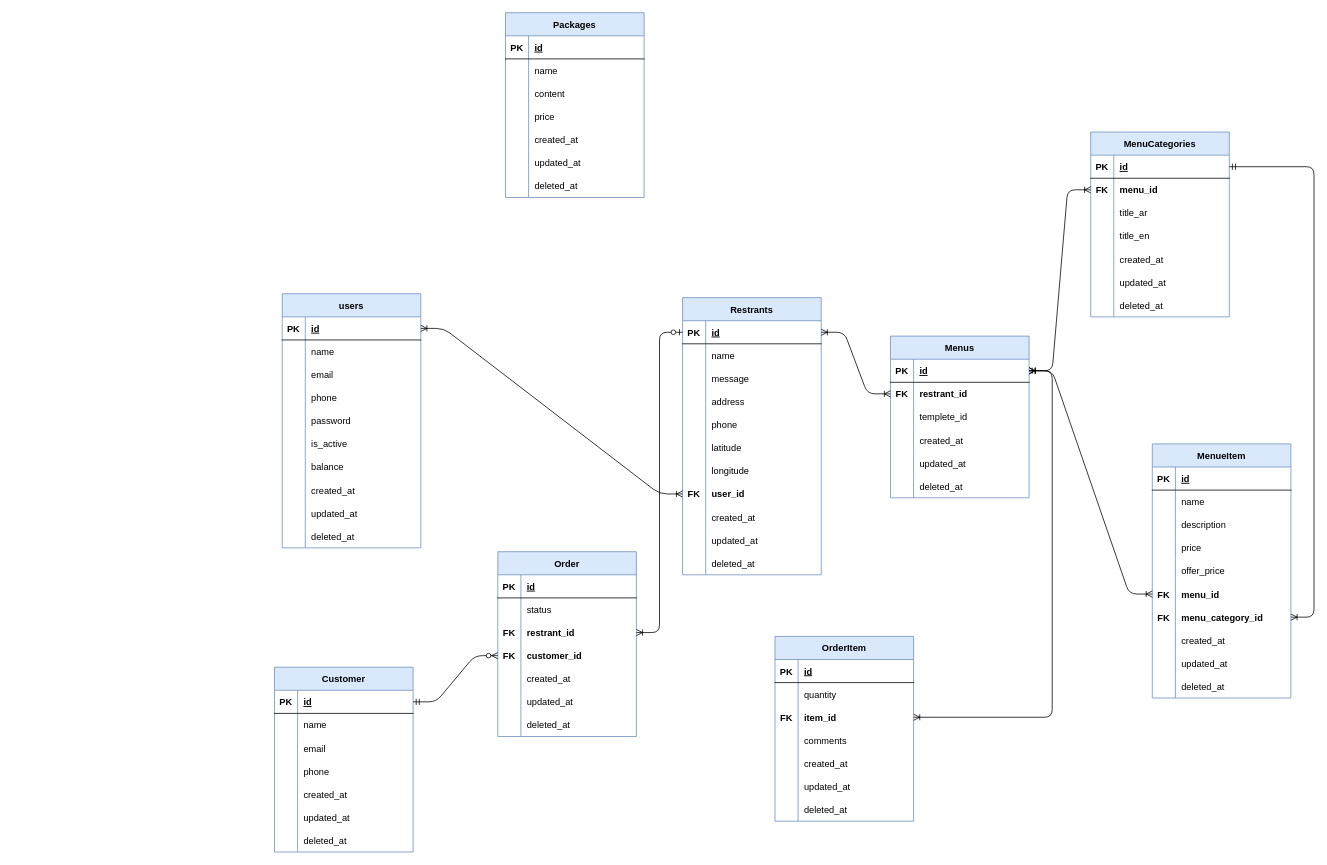
zchacker/resMenu keeps this draw.io diagram as database.drawio. Above is the earlier version. Source tidied: cells renumbered, new cells numbered last; positions are measured from the earlier drawing's top-left corner, leaving out a move shared by most shapes. Both pictures are drawn from the tidied source at 77%, with x=0, y=0 at pixel (274, 12).
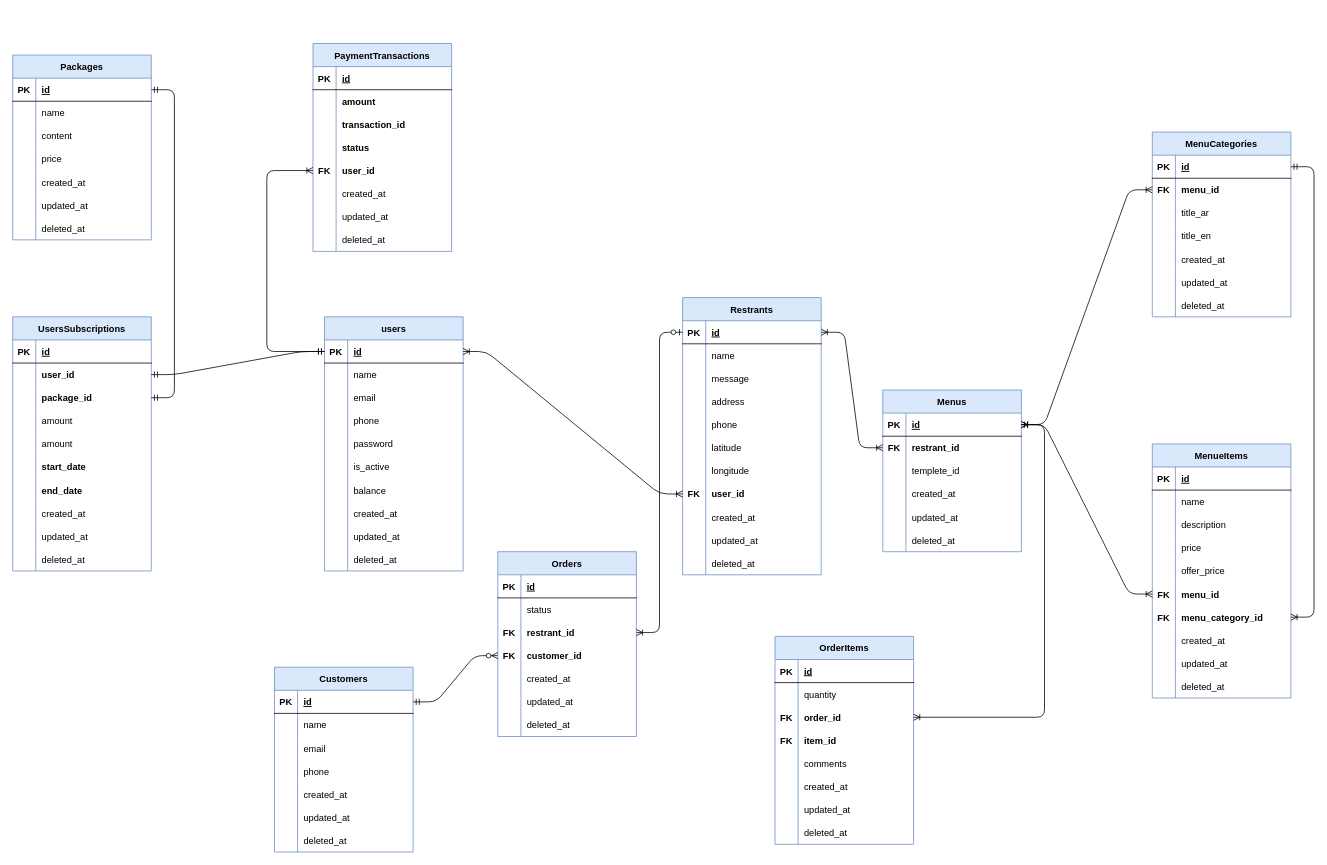
After the change.

Commit message (it also covers changes not shown here):
setup database

Unchanged cells that the change refers to:
```xml
<mxCell id="3" style="shape=partialRectangle;fillColor=none;top=0;left=0;bottom=1;right=0;points=[[0,0.5],[1,0.5]];portConstraint=eastwest;" parent="2" vertex="1">
  <mxGeometry y="30" width="180" height="30" as="geometry" />
</mxCell>
<mxCell id="34" style="shape=partialRectangle;fillColor=none;top=0;left=0;bottom=1;right=0;points=[[0,0.5],[1,0.5]];portConstraint=eastwest;" parent="33" vertex="1">
  <mxGeometry y="30" width="180" height="30" as="geometry" />
</mxCell>
<mxCell id="190" style="shape=partialRectangle;fillColor=none;top=0;left=0;bottom=0;right=0;points=[[0,0.5],[1,0.5]];portConstraint=eastwest;" parent="183" vertex="1">
  <mxGeometry y="90" width="180" height="30" as="geometry" />
</mxCell>
```

What changed in the source:
```diff
@@
-<mxGraphModel>
+<mxGraphModel background="#FFFFFF">
@@
     <mxCell id="2" value="users" style="shape=table;startSize=30;childLayout=tableLayout;rowLines=0;fontStyle=1;align=center;fillColor=#dae8fc;strokeColor=#6c8ebf;" parent="1" vertex="1">
-      <mxGeometry x="10" y="365" width="180" height="330" as="geometry" />
+      <mxGeometry x="65" y="395" width="180" height="330" as="geometry" />
     </mxCell>
@@
     <mxCell id="33" value="Packages" style="shape=table;startSize=30;childLayout=tableLayout;rowLines=0;fontStyle=1;align=center;fillColor=#dae8fc;strokeColor=#6c8ebf;" parent="1" vertex="1">
-      <mxGeometry x="300" width="180" height="240" as="geometry" />
+      <mxGeometry x="-340" y="55" width="180" height="240" as="geometry" />
     </mxCell>
@@
     <mxCell id="89" value="Menus" style="shape=table;startSize=30;childLayout=tableLayout;rowLines=0;fontStyle=1;align=center;fillColor=#dae8fc;strokeColor=#6c8ebf;" parent="1" vertex="1">
-      <mxGeometry x="800" y="420" width="180" height="210" as="geometry" />
+      <mxGeometry x="790" y="490" width="180" height="210" as="geometry" />
     </mxCell>
@@
     <mxCell id="108" value="MenuCategories" style="shape=table;startSize=30;childLayout=tableLayout;rowLines=0;fontStyle=1;align=center;fillColor=#dae8fc;strokeColor=#6c8ebf;" parent="1" vertex="1">
-      <mxGeometry x="1060" y="155" width="180" height="240" as="geometry" />
+      <mxGeometry x="1140" y="155" width="180" height="240" as="geometry" />
     </mxCell>
@@
-    <mxCell id="130" value="MenueItem" style="shape=table;startSize=30;childLayout=tableLayout;rowLines=0;fontStyle=1;align=center;fillColor=#dae8fc;strokeColor=#6c8ebf;" parent="1" vertex="1">
+    <mxCell id="130" value="MenueItems" style="shape=table;startSize=30;childLayout=tableLayout;rowLines=0;fontStyle=1;align=center;fillColor=#dae8fc;strokeColor=#6c8ebf;" parent="1" vertex="1">
       <mxGeometry x="1140" y="560" width="180" height="330" as="geometry" />
     </mxCell>
@@
-    <mxCell id="161" value="Order" style="shape=table;startSize=30;childLayout=tableLayout;rowLines=0;fontStyle=1;align=center;fillColor=#dae8fc;strokeColor=#6c8ebf;" parent="1" vertex="1">
+    <mxCell id="161" value="Orders" style="shape=table;startSize=30;childLayout=tableLayout;rowLines=0;fontStyle=1;align=center;fillColor=#dae8fc;strokeColor=#6c8ebf;" parent="1" vertex="1">
       <mxGeometry x="290" y="700" width="180" height="240" as="geometry" />
     </mxCell>
@@
-    <mxCell id="183" value="OrderItem" style="shape=table;startSize=30;childLayout=tableLayout;rowLines=0;fontStyle=1;align=center;fillColor=#dae8fc;strokeColor=#6c8ebf;" parent="1" vertex="1">
-      <mxGeometry x="650" y="810" width="180" height="240" as="geometry" />
+    <mxCell id="183" value="OrderItems" style="shape=table;startSize=30;childLayout=tableLayout;rowLines=0;fontStyle=1;align=center;fillColor=#dae8fc;strokeColor=#6c8ebf;" parent="1" vertex="1">
+      <mxGeometry x="650" y="810" width="180" height="270" as="geometry" />
     </mxCell>
@@
-    <mxCell id="192" value="item_id" style="shape=partialRectangle;fillColor=none;top=0;left=0;bottom=0;right=0;align=left;spacingLeft=6;overflow=hidden;fontStyle=1;" parent="190" vertex="1">
+    <mxCell id="192" value="order_id" style="shape=partialRectangle;fillColor=none;top=0;left=0;bottom=0;right=0;align=left;spacingLeft=6;overflow=hidden;fontStyle=1;" parent="190" vertex="1">
       <mxGeometry x="30" width="150" height="30" as="geometry" />
     </mxCell>
+    <mxCell id="235" style="shape=partialRectangle;fillColor=none;top=0;left=0;bottom=0;right=0;" parent="183" vertex="1">
+      <mxGeometry y="120" width="180" height="30" as="geometry" />
+    </mxCell>
+    <mxCell id="236" value="FK" style="shape=partialRectangle;fillColor=none;top=0;left=0;bottom=0;right=0;overflow=hidden;fontStyle=1;" parent="235" vertex="1">
+      <mxGeometry width="30" height="30" as="geometry" />
+    </mxCell>
+    <mxCell id="237" value="item_id" style="shape=partialRectangle;fillColor=none;top=0;left=0;bottom=0;right=0;align=left;spacingLeft=6;overflow=hidden;fontStyle=1;" parent="235" vertex="1">
+      <mxGeometry x="30" width="150" height="30" as="geometry" />
+    </mxCell>
     <mxCell id="193" style="shape=partialRectangle;fillColor=none;top=0;left=0;bottom=0;right=0;" parent="183" vertex="1">
-      <mxGeometry y="120" width="180" height="30" as="geometry" />
+      <mxGeometry y="150" width="180" height="30" as="geometry" />
     </mxCell>
@@
     <mxCell id="196" style="shape=partialRectangle;fillColor=none;top=0;left=0;bottom=0;right=0;" parent="183" vertex="1">
-      <mxGeometry y="150" width="180" height="30" as="geometry" />
+      <mxGeometry y="180" width="180" height="30" as="geometry" />
     </mxCell>
@@
     <mxCell id="199" style="shape=partialRectangle;fillColor=none;top=0;left=0;bottom=0;right=0;" parent="183" vertex="1">
-      <mxGeometry y="180" width="180" height="30" as="geometry" />
+      <mxGeometry y="210" width="180" height="30" as="geometry" />
     </mxCell>
@@
     <mxCell id="202" style="shape=partialRectangle;fillColor=none;top=0;left=0;bottom=0;right=0;" parent="183" vertex="1">
-      <mxGeometry y="210" width="180" height="30" as="geometry" />
+      <mxGeometry y="240" width="180" height="30" as="geometry" />
     </mxCell>
@@
-    <mxCell id="205" value="Customer" style="shape=table;startSize=30;childLayout=tableLayout;rowLines=0;fontStyle=1;align=center;fillColor=#dae8fc;strokeColor=#6c8ebf;" parent="1" vertex="1">
+    <mxCell id="205" value="Customers" style="shape=table;startSize=30;childLayout=tableLayout;rowLines=0;fontStyle=1;align=center;fillColor=#dae8fc;strokeColor=#6c8ebf;" parent="1" vertex="1">
       <mxGeometry y="850" width="180" height="240" as="geometry" />
     </mxCell>
@@
+    <mxCell id="238" value="PaymentTransactions" style="shape=table;startSize=30;childLayout=tableLayout;rowLines=0;fontStyle=1;align=center;fillColor=#dae8fc;strokeColor=#6c8ebf;" parent="1" vertex="1">
+      <mxGeometry x="50" y="40" width="180" height="270" as="geometry" />
+    </mxCell>
+    <mxCell id="239" style="shape=partialRectangle;fillColor=none;top=0;left=0;bottom=1;right=0;" parent="238" vertex="1">
+      <mxGeometry y="30" width="180" height="30" as="geometry" />
+    </mxCell>
+    <mxCell id="240" value="PK" style="shape=partialRectangle;fillColor=none;top=0;left=0;bottom=0;right=0;fontStyle=1;overflow=hidden;" parent="239" vertex="1">
+      <mxGeometry width="30" height="30" as="geometry" />
+    </mxCell>
+    <mxCell id="241" value="id" style="shape=partialRectangle;fillColor=none;top=0;left=0;bottom=0;right=0;align=left;spacingLeft=6;fontStyle=5;overflow=hidden;" parent="239" vertex="1">
+      <mxGeometry x="30" width="150" height="30" as="geometry" />
+    </mxCell>
+    <mxCell id="242" style="shape=partialRectangle;fillColor=none;top=0;left=0;bottom=0;right=0;" parent="238" vertex="1">
+      <mxGeometry y="60" width="180" height="30" as="geometry" />
+    </mxCell>
+    <mxCell id="243" style="shape=partialRectangle;fillColor=none;top=0;left=0;bottom=0;right=0;overflow=hidden;" parent="242" vertex="1">
+      <mxGeometry width="30" height="30" as="geometry" />
+    </mxCell>
+    <mxCell id="244" value="amount" style="shape=partialRectangle;fillColor=none;top=0;left=0;bottom=0;right=0;align=left;spacingLeft=6;overflow=hidden;fontStyle=1;" parent="242" vertex="1">
+      <mxGeometry x="30" width="150" height="30" as="geometry" />
+    </mxCell>
+    <mxCell id="245" style="shape=partialRectangle;fillColor=none;top=0;left=0;bottom=0;right=0;" parent="238" vertex="1">
+      <mxGeometry y="90" width="180" height="30" as="geometry" />
+    </mxCell>
+    <mxCell id="246" style="shape=partialRectangle;fillColor=none;top=0;left=0;bottom=0;right=0;overflow=hidden;" parent="245" vertex="1">
+      <mxGeometry width="30" height="30" as="geometry" />
+    </mxCell>
+    <mxCell id="247" value="transaction_id" style="shape=partialRectangle;fillColor=none;top=0;left=0;bottom=0;right=0;align=left;spacingLeft=6;overflow=hidden;fontStyle=1;" parent="245" vertex="1">
+      <mxGeometry x="30" width="150" height="30" as="geometry" />
+    </mxCell>
+    <mxCell id="248" style="shape=partialRectangle;fillColor=none;top=0;left=0;bottom=0;right=0;" parent="238" vertex="1">
+      <mxGeometry y="120" width="180" height="30" as="geometry" />
+    </mxCell>
+    <mxCell id="249" style="shape=partialRectangle;fillColor=none;top=0;left=0;bottom=0;right=0;overflow=hidden;" parent="248" vertex="1">
+      <mxGeometry width="30" height="30" as="geometry" />
+    </mxCell>
+    <mxCell id="250" value="status" style="shape=partialRectangle;fillColor=none;top=0;left=0;bottom=0;right=0;align=left;spacingLeft=6;overflow=hidden;fontStyle=1;" parent="248" vertex="1">
+      <mxGeometry x="30" width="150" height="30" as="geometry" />
+    </mxCell>
+    <mxCell id="251" style="shape=partialRectangle;fillColor=none;top=0;left=0;bottom=0;right=0;points=[[0,0.5],[1,0.5]];portConstraint=eastwest;" parent="238" vertex="1">
+      <mxGeometry y="150" width="180" height="30" as="geometry" />
+    </mxCell>
+    <mxCell id="252" value="FK" style="shape=partialRectangle;fillColor=none;top=0;left=0;bottom=0;right=0;overflow=hidden;fontStyle=1;" parent="251" vertex="1">
+      <mxGeometry width="30" height="30" as="geometry" />
+    </mxCell>
+    <mxCell id="253" value="user_id" style="shape=partialRectangle;fillColor=none;top=0;left=0;bottom=0;right=0;align=left;spacingLeft=6;overflow=hidden;fontStyle=1;" parent="251" vertex="1">
+      <mxGeometry x="30" width="150" height="30" as="geometry" />
+    </mxCell>
+    <mxCell id="254" style="shape=partialRectangle;fillColor=none;top=0;left=0;bottom=0;right=0;" parent="238" vertex="1">
+      <mxGeometry y="180" width="180" height="30" as="geometry" />
+    </mxCell>
+    <mxCell id="255" style="shape=partialRectangle;fillColor=none;top=0;left=0;bottom=0;right=0;overflow=hidden;" parent="254" vertex="1">
+      <mxGeometry width="30" height="30" as="geometry" />
+    </mxCell>
+    <mxCell id="256" value="created_at" style="shape=partialRectangle;fillColor=none;top=0;left=0;bottom=0;right=0;align=left;spacingLeft=6;overflow=hidden;" parent="254" vertex="1">
+      <mxGeometry x="30" width="150" height="30" as="geometry" />
+    </mxCell>
+    <mxCell id="257" style="shape=partialRectangle;fillColor=none;top=0;left=0;bottom=0;right=0;" parent="238" vertex="1">
+      <mxGeometry y="210" width="180" height="30" as="geometry" />
+    </mxCell>
+    <mxCell id="258" style="shape=partialRectangle;fillColor=none;top=0;left=0;bottom=0;right=0;overflow=hidden;" parent="257" vertex="1">
+      <mxGeometry width="30" height="30" as="geometry" />
+    </mxCell>
+    <mxCell id="259" value="updated_at" style="shape=partialRectangle;fillColor=none;top=0;left=0;bottom=0;right=0;align=left;spacingLeft=6;overflow=hidden;" parent="257" vertex="1">
+      <mxGeometry x="30" width="150" height="30" as="geometry" />
+    </mxCell>
+    <mxCell id="260" style="shape=partialRectangle;fillColor=none;top=0;left=0;bottom=0;right=0;" parent="238" vertex="1">
+      <mxGeometry y="240" width="180" height="30" as="geometry" />
+    </mxCell>
+    <mxCell id="261" style="shape=partialRectangle;fillColor=none;top=0;left=0;bottom=0;right=0;overflow=hidden;" parent="260" vertex="1">
+      <mxGeometry width="30" height="30" as="geometry" />
+    </mxCell>
+    <mxCell id="262" value="deleted_at" style="shape=partialRectangle;fillColor=none;top=0;left=0;bottom=0;right=0;align=left;spacingLeft=6;overflow=hidden;" parent="260" vertex="1">
+      <mxGeometry x="30" width="150" height="30" as="geometry" />
+    </mxCell>
+    <mxCell id="263" style="edgeStyle=elbowEdgeStyle;fontSize=12;html=1;endArrow=ERoneToMany;startArrow=ERmandOne;" parent="1" edge="1" source="3" target="251">
+      <mxGeometry relative="1" as="geometry">
+        <Array as="points">
+          <mxPoint x="-10" y="330" />
+        </Array>
+      </mxGeometry>
+    </mxCell>
+    <mxCell id="264" value="UsersSubscriptions" style="shape=table;startSize=30;childLayout=tableLayout;rowLines=0;fontStyle=1;align=center;fillColor=#dae8fc;strokeColor=#6c8ebf;" parent="1" vertex="1">
+      <mxGeometry x="-340" y="395" width="180" height="330" as="geometry" />
+    </mxCell>
+    <mxCell id="265" style="shape=partialRectangle;fillColor=none;top=0;left=0;bottom=1;right=0;" parent="264" vertex="1">
+      <mxGeometry y="30" width="180" height="30" as="geometry" />
+    </mxCell>
+    <mxCell id="266" value="PK" style="shape=partialRectangle;fillColor=none;top=0;left=0;bottom=0;right=0;fontStyle=1;overflow=hidden;" parent="265" vertex="1">
+      <mxGeometry width="30" height="30" as="geometry" />
+    </mxCell>
+    <mxCell id="267" value="id" style="shape=partialRectangle;fillColor=none;top=0;left=0;bottom=0;right=0;align=left;spacingLeft=6;fontStyle=5;overflow=hidden;" parent="265" vertex="1">
+      <mxGeometry x="30" width="150" height="30" as="geometry" />
+    </mxCell>
+    <mxCell id="268" style="shape=partialRectangle;fillColor=none;top=0;left=0;bottom=0;right=0;points=[[0,0.5],[1,0.5]];portConstraint=eastwest;" parent="264" vertex="1">
+      <mxGeometry y="60" width="180" height="30" as="geometry" />
+    </mxCell>
+    <mxCell id="269" style="shape=partialRectangle;fillColor=none;top=0;left=0;bottom=0;right=0;overflow=hidden;" parent="268" vertex="1">
+      <mxGeometry width="30" height="30" as="geometry" />
+    </mxCell>
+    <mxCell id="270" value="user_id" style="shape=partialRectangle;fillColor=none;top=0;left=0;bottom=0;right=0;align=left;spacingLeft=6;overflow=hidden;fontStyle=1;" parent="268" vertex="1">
+      <mxGeometry x="30" width="150" height="30" as="geometry" />
+    </mxCell>
+    <mxCell id="271" style="shape=partialRectangle;fillColor=none;top=0;left=0;bottom=0;right=0;points=[[0,0.5],[1,0.5]];portConstraint=eastwest;" parent="264" vertex="1">
+      <mxGeometry y="90" width="180" height="30" as="geometry" />
+    </mxCell>
+    <mxCell id="272" style="shape=partialRectangle;fillColor=none;top=0;left=0;bottom=0;right=0;overflow=hidden;" parent="271" vertex="1">
+      <mxGeometry width="30" height="30" as="geometry" />
+    </mxCell>
+    <mxCell id="273" value="package_id" style="shape=partialRectangle;fillColor=none;top=0;left=0;bottom=0;right=0;align=left;spacingLeft=6;overflow=hidden;fontStyle=1;" parent="271" vertex="1">
+      <mxGeometry x="30" width="150" height="30" as="geometry" />
+    </mxCell>
+    <mxCell id="274" style="shape=partialRectangle;fillColor=none;top=0;left=0;bottom=0;right=0;" parent="264" vertex="1">
+      <mxGeometry y="120" width="180" height="30" as="geometry" />
+    </mxCell>
+    <mxCell id="275" style="shape=partialRectangle;fillColor=none;top=0;left=0;bottom=0;right=0;overflow=hidden;" parent="274" vertex="1">
+      <mxGeometry width="30" height="30" as="geometry" />
+    </mxCell>
+    <mxCell id="276" value="amount" style="shape=partialRectangle;fillColor=none;top=0;left=0;bottom=0;right=0;align=left;spacingLeft=6;overflow=hidden;" parent="274" vertex="1">
+      <mxGeometry x="30" width="150" height="30" as="geometry" />
+    </mxCell>
+    <mxCell id="277" style="shape=partialRectangle;fillColor=none;top=0;left=0;bottom=0;right=0;" parent="264" vertex="1">
+      <mxGeometry y="150" width="180" height="30" as="geometry" />
+    </mxCell>
+    <mxCell id="278" style="shape=partialRectangle;fillColor=none;top=0;left=0;bottom=0;right=0;overflow=hidden;" parent="277" vertex="1">
+      <mxGeometry width="30" height="30" as="geometry" />
+    </mxCell>
+    <mxCell id="279" value="amount" style="shape=partialRectangle;fillColor=none;top=0;left=0;bottom=0;right=0;align=left;spacingLeft=6;overflow=hidden;" parent="277" vertex="1">
+      <mxGeometry x="30" width="150" height="30" as="geometry" />
+    </mxCell>
+    <mxCell id="280" style="shape=partialRectangle;fillColor=none;top=0;left=0;bottom=0;right=0;" parent="264" vertex="1">
+      <mxGeometry y="180" width="180" height="30" as="geometry" />
+    </mxCell>
+    <mxCell id="281" style="shape=partialRectangle;fillColor=none;top=0;left=0;bottom=0;right=0;overflow=hidden;" parent="280" vertex="1">
+      <mxGeometry width="30" height="30" as="geometry" />
+    </mxCell>
+    <mxCell id="282" value="start_date" style="shape=partialRectangle;fillColor=none;top=0;left=0;bottom=0;right=0;align=left;spacingLeft=6;overflow=hidden;fontStyle=1;" parent="280" vertex="1">
+      <mxGeometry x="30" width="150" height="30" as="geometry" />
+    </mxCell>
+    <mxCell id="283" style="shape=partialRectangle;fillColor=none;top=0;left=0;bottom=0;right=0;" parent="264" vertex="1">
+      <mxGeometry y="210" width="180" height="30" as="geometry" />
+    </mxCell>
+    <mxCell id="284" style="shape=partialRectangle;fillColor=none;top=0;left=0;bottom=0;right=0;overflow=hidden;" parent="283" vertex="1">
+      <mxGeometry width="30" height="30" as="geometry" />
+    </mxCell>
+    <mxCell id="285" value="end_date" style="shape=partialRectangle;fillColor=none;top=0;left=0;bottom=0;right=0;align=left;spacingLeft=6;overflow=hidden;fontStyle=1;" parent="283" vertex="1">
+      <mxGeometry x="30" width="150" height="30" as="geometry" />
+    </mxCell>
+    <mxCell id="286" style="shape=partialRectangle;fillColor=none;top=0;left=0;bottom=0;right=0;" parent="264" vertex="1">
+      <mxGeometry y="240" width="180" height="30" as="geometry" />
+    </mxCell>
+    <mxCell id="287" style="shape=partialRectangle;fillColor=none;top=0;left=0;bottom=0;right=0;overflow=hidden;" parent="286" vertex="1">
+      <mxGeometry width="30" height="30" as="geometry" />
+    </mxCell>
+    <mxCell id="288" value="created_at" style="shape=partialRectangle;fillColor=none;top=0;left=0;bottom=0;right=0;align=left;spacingLeft=6;overflow=hidden;" parent="286" vertex="1">
+      <mxGeometry x="30" width="150" height="30" as="geometry" />
+    </mxCell>
+    <mxCell id="289" style="shape=partialRectangle;fillColor=none;top=0;left=0;bottom=0;right=0;" parent="264" vertex="1">
+      <mxGeometry y="270" width="180" height="30" as="geometry" />
+    </mxCell>
+    <mxCell id="290" style="shape=partialRectangle;fillColor=none;top=0;left=0;bottom=0;right=0;overflow=hidden;" parent="289" vertex="1">
+      <mxGeometry width="30" height="30" as="geometry" />
+    </mxCell>
+    <mxCell id="291" value="updated_at" style="shape=partialRectangle;fillColor=none;top=0;left=0;bottom=0;right=0;align=left;spacingLeft=6;overflow=hidden;" parent="289" vertex="1">
+      <mxGeometry x="30" width="150" height="30" as="geometry" />
+    </mxCell>
+    <mxCell id="292" style="shape=partialRectangle;fillColor=none;top=0;left=0;bottom=0;right=0;" parent="264" vertex="1">
+      <mxGeometry y="300" width="180" height="30" as="geometry" />
+    </mxCell>
+    <mxCell id="293" style="shape=partialRectangle;fillColor=none;top=0;left=0;bottom=0;right=0;overflow=hidden;" parent="292" vertex="1">
+      <mxGeometry width="30" height="30" as="geometry" />
+    </mxCell>
+    <mxCell id="294" value="deleted_at" style="shape=partialRectangle;fillColor=none;top=0;left=0;bottom=0;right=0;align=left;spacingLeft=6;overflow=hidden;" parent="292" vertex="1">
+      <mxGeometry x="30" width="150" height="30" as="geometry" />
+    </mxCell>
+    <mxCell id="295" style="edgeStyle=entityRelationEdgeStyle;fontSize=12;html=1;endArrow=ERmandOne;startArrow=ERmandOne;" parent="1" edge="1" source="268" target="3">
+      <mxGeometry relative="1" as="geometry" />
+    </mxCell>
+    <mxCell id="296" style="edgeStyle=entityRelationEdgeStyle;fontSize=12;html=1;endArrow=ERmandOne;startArrow=ERmandOne;" parent="1" edge="1" source="271" target="34">
+      <mxGeometry relative="1" as="geometry" />
+    </mxCell>
```
